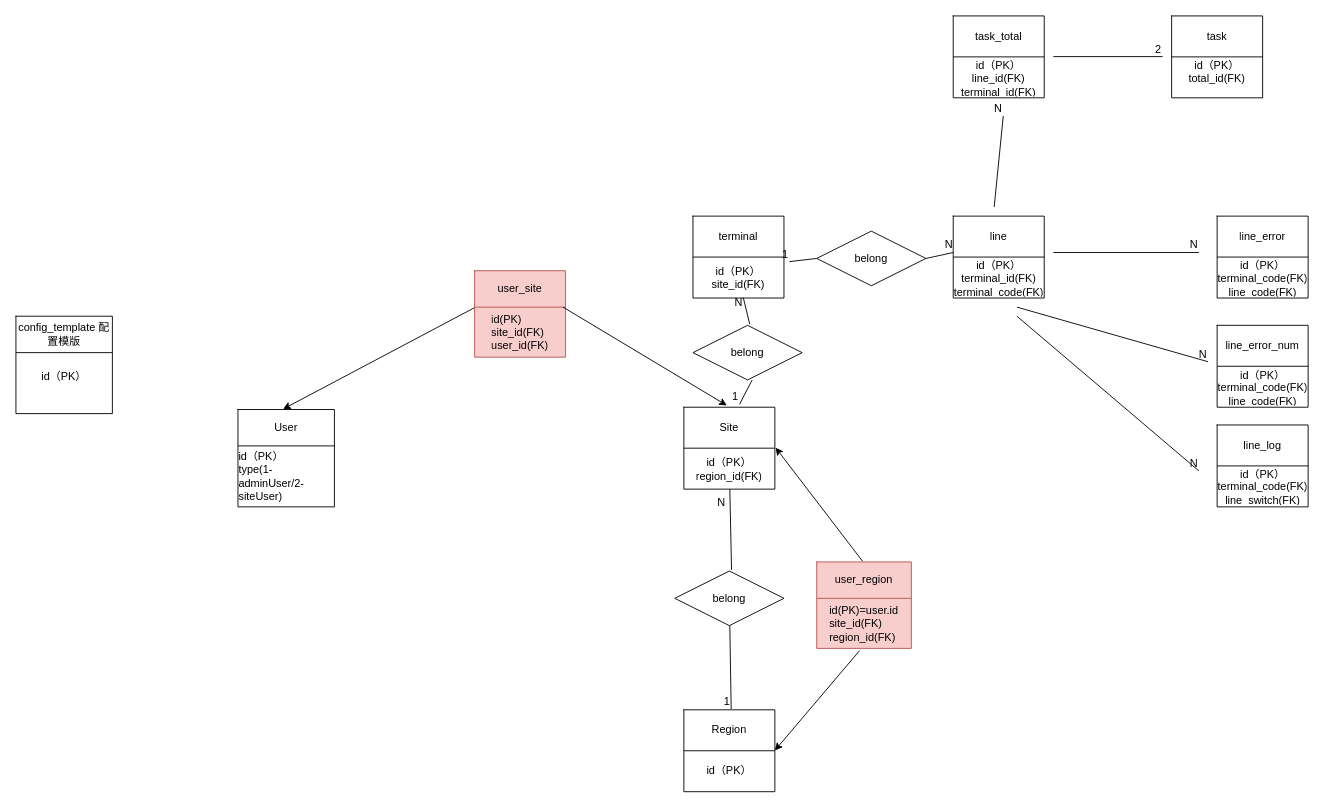
Earlier version of the draw.io diagram 未命名绘图.drawio (leftnine/fuckallllllllllllllllll). Source tidied: cells renumbered, new cells numbered last; positions are measured from the earlier drawing's top-left corner, leaving out a move shared by most shapes. Both pictures are drawn from the tidied source at 91%, with x=0, y=0 at pixel (15, 15).
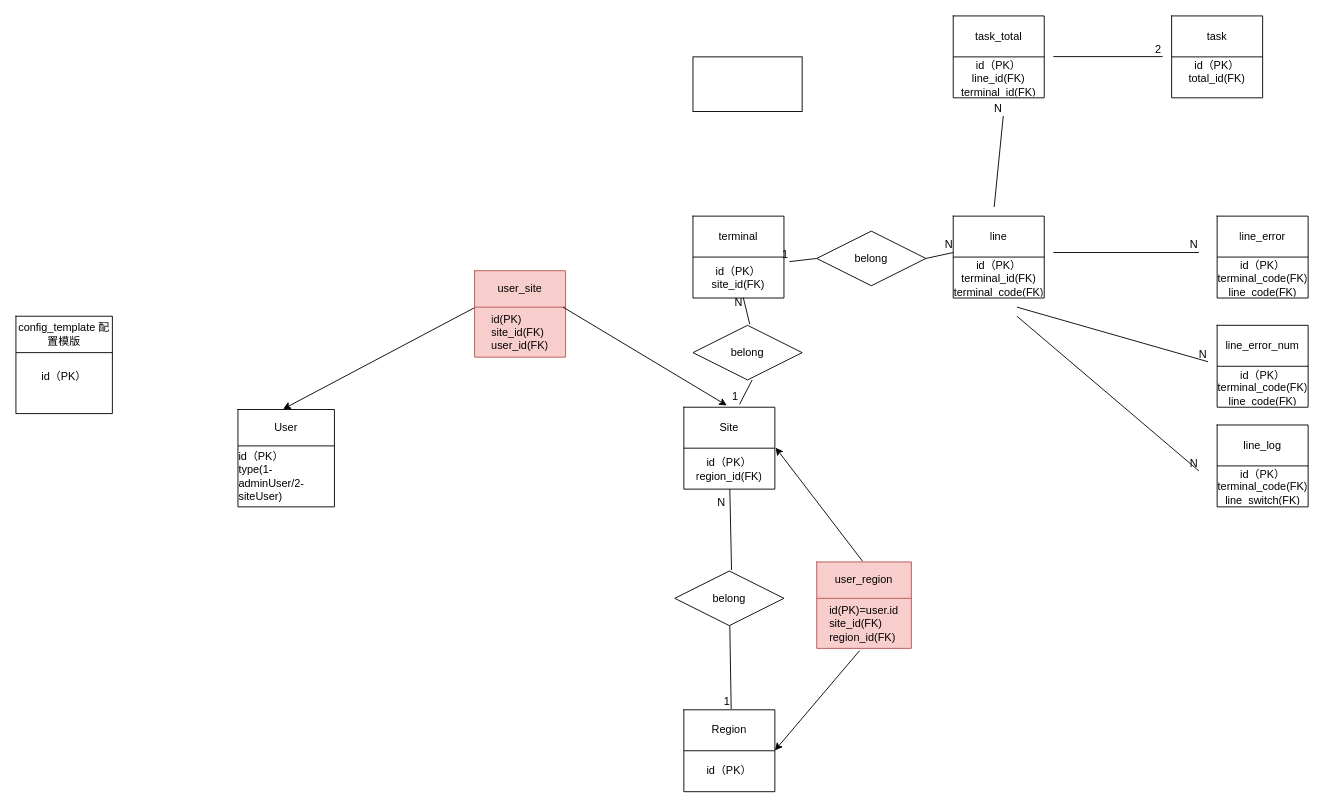
The same page after the edit.

The edit, as a diff of the source:
```diff
@@
+    <mxCell id="96" style="rounded=0;whiteSpace=wrap;html=1;" parent="1" vertex="1">
+      <mxGeometry x="744" y="45" width="120" height="60" as="geometry" />
+    </mxCell>
```
